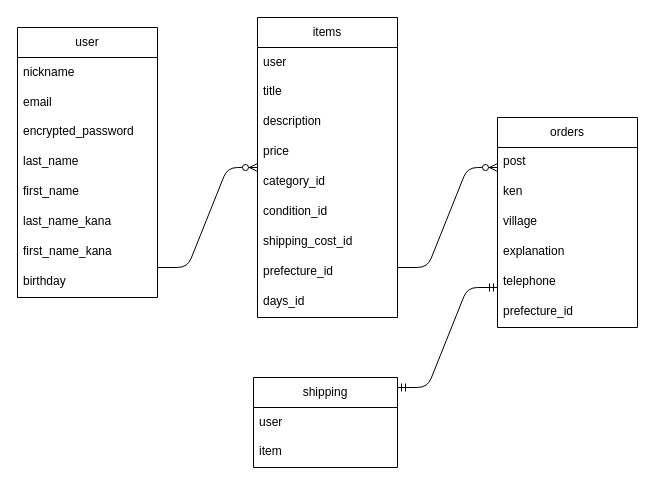
Earlier version of the draw.io diagram furima.dio (20230824/furima-39867). Source tidied: cells renumbered, new cells numbered last; positions are measured from the earlier drawing's top-left corner, leaving out a move shared by most shapes. Both pictures are drawn from the tidied source at 100%, with x=0, y=0 at pixel (17, 17).
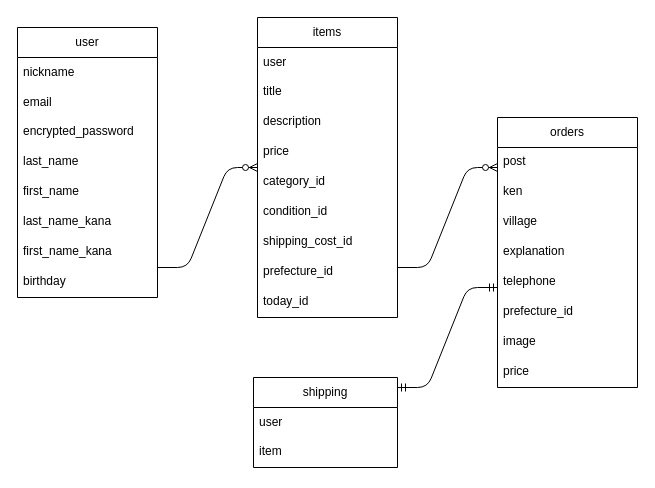
After the change.

Commit message (it also covers changes not shown here):
データベース、修正

Unchanged cells that the change refers to:
```xml
<mxCell id="14" value="items" style="swimlane;fontStyle=0;horizontal=1;startSize=30;whiteSpace=wrap;html=1;" parent="1" vertex="1">
  <mxGeometry x="240" width="140" height="300" as="geometry" />
</mxCell>
```

The edit, as a diff of the source:
```diff
@@
-    <mxCell id="23" value="days_id" style="text;strokeColor=none;fillColor=none;spacingLeft=4;spacingRight=4;overflow=hidden;fontSize=12;" parent="14" vertex="1">
+    <mxCell id="23" value="today_id" style="text;strokeColor=none;fillColor=none;spacingLeft=4;spacingRight=4;overflow=hidden;fontSize=12;" parent="14" vertex="1">
       <mxGeometry y="270" width="140" height="30" as="geometry" />
     </mxCell>
     <mxCell id="24" value="orders" style="swimlane;fontStyle=0;horizontal=1;startSize=30;whiteSpace=wrap;html=1;" parent="1" vertex="1">
-      <mxGeometry x="480" y="100" width="140" height="210" as="geometry" />
+      <mxGeometry x="480" y="100" width="140" height="270" as="geometry" />
     </mxCell>
@@
+    <mxCell id="34" value="prefecture_id" style="text;strokeColor=none;fillColor=none;spacingLeft=4;spacingRight=4;overflow=hidden;fontSize=12;" parent="24" vertex="1">
+      <mxGeometry y="180" width="140" height="30" as="geometry" />
+    </mxCell>
-    <mxCell id="30" value="prefecture_id" style="text;strokeColor=none;fillColor=none;spacingLeft=4;spacingRight=4;overflow=hidden;fontSize=12;" parent="24" vertex="1">
-      <mxGeometry y="180" width="140" height="30" as="geometry" />
+    <mxCell id="30" value="image" style="text;strokeColor=none;fillColor=none;spacingLeft=4;spacingRight=4;overflow=hidden;fontSize=12;" parent="24" vertex="1">
+      <mxGeometry y="210" width="140" height="30" as="geometry" />
     </mxCell>
+    <mxCell id="35" value="price" style="text;strokeColor=none;fillColor=none;spacingLeft=4;spacingRight=4;overflow=hidden;fontSize=12;" parent="24" vertex="1">
+      <mxGeometry y="240" width="140" height="30" as="geometry" />
+    </mxCell>
```
